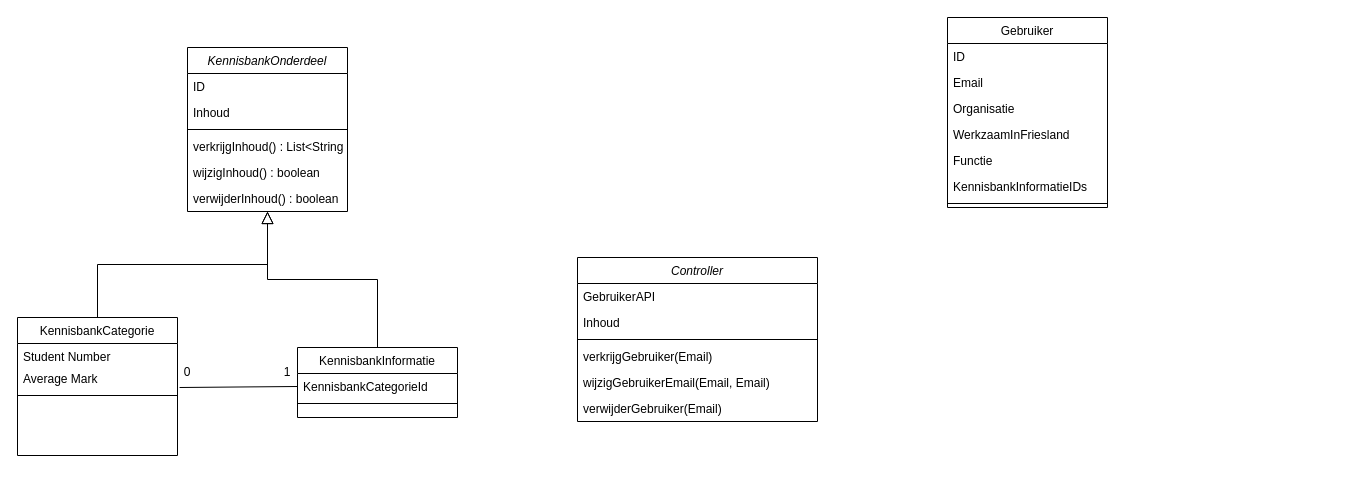
The draw.io diagram Diagram zonder titel.drawio in florijnm/florijnm.github.io, before the edit. Source tidied: cells renumbered, new cells numbered last; positions are measured from the earlier drawing's top-left corner, leaving out a move shared by most shapes. Both pictures are drawn from the tidied source at 100%, with x=0, y=0 at pixel (17, 17).
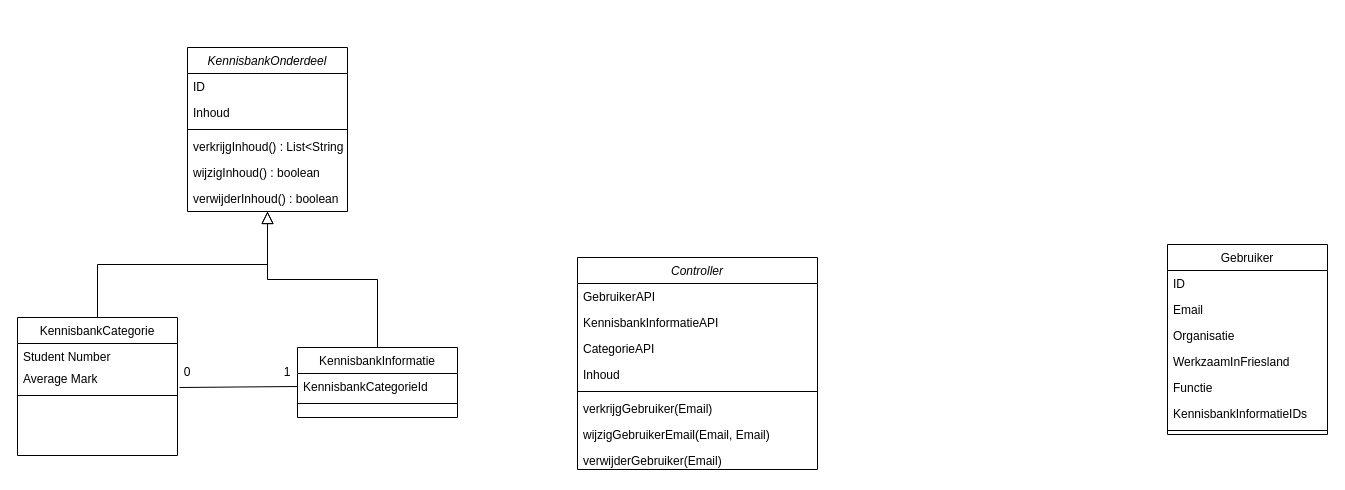
Above is the later version.

Diff of the diagram source:
```diff
@@
     <mxCell id="21" value="Gebruiker&#10;" style="swimlane;fontStyle=0;align=center;verticalAlign=top;horizontal=1;startSize=26;rounded=0;shadow=0;strokeWidth=1;" parent="1" vertex="1">
-      <mxGeometry x="930" width="160" height="190" as="geometry" />
+      <mxGeometry x="1150" y="227" width="160" height="190" as="geometry" />
     </mxCell>
@@
     <mxCell id="29" value="Controller&#10;" style="swimlane;fontStyle=2;align=center;verticalAlign=top;horizontal=1;startSize=26;rounded=0;shadow=0;strokeWidth=1;" parent="1" vertex="1">
-      <mxGeometry x="560" y="240" width="240" height="164" as="geometry" />
+      <mxGeometry x="560" y="240" width="240" height="212" as="geometry" />
     </mxCell>
@@
+    <mxCell id="36" value="KennisbankInformatieAPI&#10;" style="text;align=left;verticalAlign=top;spacingLeft=4;spacingRight=4;overflow=hidden;rounded=0;shadow=0;html=0;" parent="29" vertex="1">
+      <mxGeometry y="52" width="240" height="26" as="geometry" />
+    </mxCell>
+    <mxCell id="37" value="CategorieAPI&#10;" style="text;align=left;verticalAlign=top;spacingLeft=4;spacingRight=4;overflow=hidden;rounded=0;shadow=0;html=0;" parent="29" vertex="1">
+      <mxGeometry y="78" width="240" height="26" as="geometry" />
+    </mxCell>
     <mxCell id="31" value="Inhoud&#10;" style="text;align=left;verticalAlign=top;spacingLeft=4;spacingRight=4;overflow=hidden;" parent="29" vertex="1">
-      <mxGeometry y="52" width="240" height="26" as="geometry" />
+      <mxGeometry y="104" width="240" height="26" as="geometry" />
     </mxCell>
     <mxCell id="32" style="line;html=1;strokeWidth=1;align=left;verticalAlign=middle;spacingTop=-1;spacingLeft=3;spacingRight=3;labelPosition=right;" parent="29" vertex="1">
-      <mxGeometry y="78" width="240" height="8" as="geometry" />
+      <mxGeometry y="130" width="240" height="8" as="geometry" />
     </mxCell>
     <mxCell id="33" value="verkrijgGebruiker(Email)&#10;&#10;" style="text;align=left;verticalAlign=top;spacingLeft=4;spacingRight=4;overflow=hidden;" parent="29" vertex="1">
-      <mxGeometry y="86" width="240" height="26" as="geometry" />
+      <mxGeometry y="138" width="240" height="26" as="geometry" />
     </mxCell>
     <mxCell id="34" value="wijzigGebruikerEmail(Email, Email)&#10;&#10;&#10;" style="text;align=left;verticalAlign=top;spacingLeft=4;spacingRight=4;overflow=hidden;" parent="29" vertex="1">
-      <mxGeometry y="112" width="240" height="26" as="geometry" />
+      <mxGeometry y="164" width="240" height="26" as="geometry" />
     </mxCell>
     <mxCell id="35" value="verwijderGebruiker(Email)" style="text;align=left;verticalAlign=top;spacingLeft=4;spacingRight=4;overflow=hidden;" parent="29" vertex="1">
-      <mxGeometry y="138" width="240" height="22" as="geometry" />
+      <mxGeometry y="190" width="240" height="22" as="geometry" />
     </mxCell>
```
